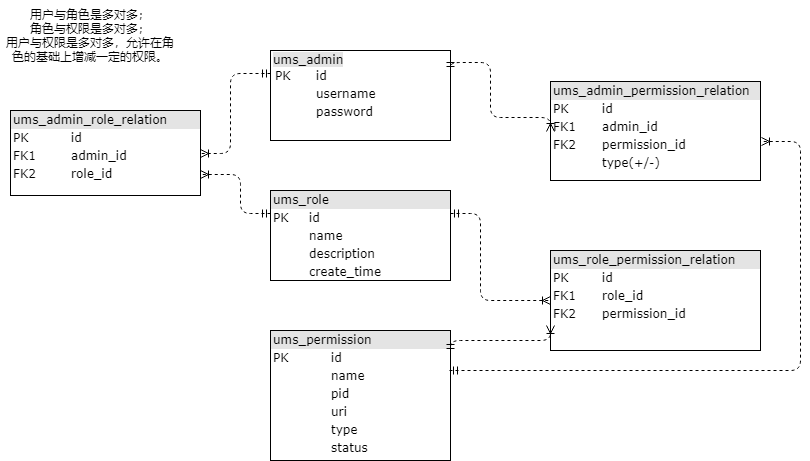
Above: user_role_permission.png in yyl4ever/daily-dev-graph (draw.io), before the change. Source tidied: cells renumbered, new cells last; positions are measured from the earlier drawing's top-left corner, leaving out a move shared by most shapes. Source of this version:
```xml
<mxGraphModel>
  <root>
    <mxCell id="0" />
    <mxCell id="1" parent="0" />
    <mxCell id="2" value="&lt;div style=&quot;box-sizing: border-box ; width: 100% ; padding: 2px&quot;&gt;&lt;span style=&quot;background-color: rgb(228 , 228 , 228)&quot;&gt;ums_admin&lt;/span&gt;&lt;table cellpadding=&quot;2&quot; cellspacing=&quot;0&quot; style=&quot;font-size: 1em ; width: 100%&quot;&gt;&lt;tbody&gt;&lt;tr&gt;&lt;td&gt;&lt;span style=&quot;background-color: rgb(255 , 255 , 255)&quot;&gt;PK&lt;/span&gt;&lt;/td&gt;&lt;td&gt;&lt;span style=&quot;background-color: rgb(255 , 255 , 255)&quot;&gt;id&lt;/span&gt;&lt;/td&gt;&lt;/tr&gt;&lt;tr&gt;&lt;td&gt;&lt;span style=&quot;background-color: rgb(255 , 255 , 255)&quot;&gt;&lt;br&gt;&lt;/span&gt;&lt;/td&gt;&lt;td&gt;&lt;span style=&quot;background-color: rgb(255 , 255 , 255)&quot;&gt;username&lt;/span&gt;&lt;/td&gt;&lt;/tr&gt;&lt;tr&gt;&lt;td&gt;&lt;/td&gt;&lt;td&gt;&lt;span style=&quot;background-color: rgb(255 , 255 , 255)&quot;&gt;password&lt;/span&gt;&lt;/td&gt;&lt;/tr&gt;&lt;/tbody&gt;&lt;/table&gt;&lt;/div&gt;" style="verticalAlign=top;align=left;overflow=fill;html=1;rounded=0;shadow=0;comic=0;labelBackgroundColor=none;strokeColor=#000000;strokeWidth=1;fillColor=#ffffff;fontFamily=Verdana;fontSize=12;fontColor=#000000;" parent="1" vertex="1">
      <mxGeometry x="270" y="50" width="180" height="90" as="geometry" />
    </mxCell>
    <mxCell id="3" value="&lt;div style=&quot;box-sizing: border-box ; width: 100% ; background: #e4e4e4 ; padding: 2px&quot;&gt;ums_role&lt;/div&gt;&lt;table style=&quot;width: 100% ; font-size: 1em&quot; cellpadding=&quot;2&quot; cellspacing=&quot;0&quot;&gt;&lt;tbody&gt;&lt;tr&gt;&lt;td&gt;PK&lt;/td&gt;&lt;td&gt;id&lt;/td&gt;&lt;/tr&gt;&lt;tr&gt;&lt;td&gt;&lt;br&gt;&lt;/td&gt;&lt;td&gt;name&lt;/td&gt;&lt;/tr&gt;&lt;tr&gt;&lt;td&gt;&lt;/td&gt;&lt;td&gt;description&lt;/td&gt;&lt;/tr&gt;&lt;tr&gt;&lt;td&gt;&lt;br&gt;&lt;/td&gt;&lt;td&gt;create_time&lt;br&gt;&lt;/td&gt;&lt;/tr&gt;&lt;/tbody&gt;&lt;/table&gt;" style="verticalAlign=top;align=left;overflow=fill;html=1;rounded=0;shadow=0;comic=0;labelBackgroundColor=none;strokeColor=#000000;strokeWidth=1;fillColor=#ffffff;fontFamily=Verdana;fontSize=12;fontColor=#000000;" parent="1" vertex="1">
      <mxGeometry x="270" y="190" width="180" height="90" as="geometry" />
    </mxCell>
    <mxCell id="4" value="&lt;div style=&quot;box-sizing: border-box ; width: 100% ; background: #e4e4e4 ; padding: 2px&quot;&gt;ums_permission&lt;/div&gt;&lt;table style=&quot;width: 100% ; font-size: 1em&quot; cellpadding=&quot;2&quot; cellspacing=&quot;0&quot;&gt;&lt;tbody&gt;&lt;tr&gt;&lt;td&gt;PK&lt;/td&gt;&lt;td&gt;id&lt;/td&gt;&lt;/tr&gt;&lt;tr&gt;&lt;td&gt;&lt;br&gt;&lt;/td&gt;&lt;td&gt;name&lt;/td&gt;&lt;/tr&gt;&lt;tr&gt;&lt;td&gt;&lt;/td&gt;&lt;td&gt;pid&lt;/td&gt;&lt;/tr&gt;&lt;tr&gt;&lt;td&gt;&lt;br&gt;&lt;/td&gt;&lt;td&gt;uri&lt;br&gt;&lt;/td&gt;&lt;/tr&gt;&lt;tr&gt;&lt;td&gt;&lt;br&gt;&lt;/td&gt;&lt;td&gt;type&lt;br&gt;&lt;/td&gt;&lt;/tr&gt;&lt;tr&gt;&lt;td&gt;&lt;br&gt;&lt;/td&gt;&lt;td&gt;status&lt;br&gt;&lt;/td&gt;&lt;/tr&gt;&lt;/tbody&gt;&lt;/table&gt;" style="verticalAlign=top;align=left;overflow=fill;html=1;rounded=0;shadow=0;comic=0;labelBackgroundColor=none;strokeColor=#000000;strokeWidth=1;fillColor=#ffffff;fontFamily=Verdana;fontSize=12;fontColor=#000000;" parent="1" vertex="1">
      <mxGeometry x="270" y="330" width="180" height="130" as="geometry" />
    </mxCell>
    <mxCell id="5" value="&lt;div style=&quot;box-sizing: border-box ; width: 100% ; background: #e4e4e4 ; padding: 2px&quot;&gt;ums_admin_role_relation&lt;/div&gt;&lt;table style=&quot;width: 100% ; font-size: 1em&quot; cellpadding=&quot;2&quot; cellspacing=&quot;0&quot;&gt;&lt;tbody&gt;&lt;tr&gt;&lt;td&gt;PK&lt;/td&gt;&lt;td&gt;id&lt;/td&gt;&lt;/tr&gt;&lt;tr&gt;&lt;td&gt;FK1&lt;/td&gt;&lt;td&gt;admin_id&lt;/td&gt;&lt;/tr&gt;&lt;tr&gt;&lt;td&gt;FK2&lt;/td&gt;&lt;td&gt;role_id&lt;/td&gt;&lt;/tr&gt;&lt;/tbody&gt;&lt;/table&gt;" style="verticalAlign=top;align=left;overflow=fill;html=1;rounded=0;shadow=0;comic=0;labelBackgroundColor=none;strokeColor=#000000;strokeWidth=1;fillColor=#ffffff;fontFamily=Verdana;fontSize=12;fontColor=#000000;" parent="1" vertex="1">
      <mxGeometry x="10" y="110" width="190" height="85" as="geometry" />
    </mxCell>
    <mxCell id="6" value="&lt;div style=&quot;box-sizing: border-box ; width: 100% ; background: #e4e4e4 ; padding: 2px&quot;&gt;ums_role_permission_relation&lt;/div&gt;&lt;table style=&quot;width: 100% ; font-size: 1em&quot; cellpadding=&quot;2&quot; cellspacing=&quot;0&quot;&gt;&lt;tbody&gt;&lt;tr&gt;&lt;td&gt;PK&lt;/td&gt;&lt;td&gt;id&lt;/td&gt;&lt;/tr&gt;&lt;tr&gt;&lt;td&gt;FK1&lt;/td&gt;&lt;td&gt;role_id&lt;/td&gt;&lt;/tr&gt;&lt;tr&gt;&lt;td&gt;FK2&lt;/td&gt;&lt;td&gt;permission_id&lt;/td&gt;&lt;/tr&gt;&lt;/tbody&gt;&lt;/table&gt;" style="verticalAlign=top;align=left;overflow=fill;html=1;rounded=0;shadow=0;comic=0;labelBackgroundColor=none;strokeColor=#000000;strokeWidth=1;fillColor=#ffffff;fontFamily=Verdana;fontSize=12;fontColor=#000000;" parent="1" vertex="1">
      <mxGeometry x="550" y="250" width="210" height="100" as="geometry" />
    </mxCell>
    <mxCell id="7" value="&lt;div style=&quot;box-sizing: border-box ; width: 100% ; background: #e4e4e4 ; padding: 2px&quot;&gt;ums_admin_permission_relation&lt;/div&gt;&lt;table style=&quot;width: 100% ; font-size: 1em&quot; cellpadding=&quot;2&quot; cellspacing=&quot;0&quot;&gt;&lt;tbody&gt;&lt;tr&gt;&lt;td&gt;PK&lt;/td&gt;&lt;td&gt;id&lt;/td&gt;&lt;/tr&gt;&lt;tr&gt;&lt;td&gt;FK1&lt;/td&gt;&lt;td&gt;admin_id&lt;/td&gt;&lt;/tr&gt;&lt;tr&gt;&lt;td&gt;FK2&lt;/td&gt;&lt;td&gt;permission_id&lt;/td&gt;&lt;/tr&gt;&lt;tr&gt;&lt;td&gt;&lt;br&gt;&lt;/td&gt;&lt;td&gt;type(+/-)&lt;br&gt;&lt;/td&gt;&lt;/tr&gt;&lt;tr&gt;&lt;td&gt;&lt;br&gt;&lt;/td&gt;&lt;td&gt;&lt;br&gt;&lt;/td&gt;&lt;/tr&gt;&lt;tr&gt;&lt;td&gt;&lt;br&gt;&lt;/td&gt;&lt;td&gt;&lt;br&gt;&lt;/td&gt;&lt;/tr&gt;&lt;/tbody&gt;&lt;/table&gt;" style="verticalAlign=top;align=left;overflow=fill;html=1;rounded=0;shadow=0;comic=0;labelBackgroundColor=none;strokeColor=#000000;strokeWidth=1;fillColor=#ffffff;fontFamily=Verdana;fontSize=12;fontColor=#000000;" parent="1" vertex="1">
      <mxGeometry x="550" y="81" width="210" height="99" as="geometry" />
    </mxCell>
    <mxCell id="8" style="edgeStyle=orthogonalEdgeStyle;html=1;dashed=1;labelBackgroundColor=none;startArrow=ERmandOne;endArrow=ERoneToMany;fontFamily=Verdana;fontSize=12;align=left;entryX=1;entryY=0.5;exitX=0;exitY=0.25;exitDx=0;exitDy=0;entryDx=0;entryDy=0;" parent="1" edge="1" source="2" target="5">
      <mxGeometry relative="1" as="geometry">
        <Array as="points">
          <mxPoint x="230" y="73" />
          <mxPoint x="230" y="153" />
        </Array>
      </mxGeometry>
    </mxCell>
    <mxCell id="9" style="edgeStyle=orthogonalEdgeStyle;html=1;dashed=1;labelBackgroundColor=none;startArrow=ERmandOne;endArrow=ERoneToMany;fontFamily=Verdana;fontSize=12;align=left;entryX=1;entryY=0.75;entryDx=0;entryDy=0;exitX=0;exitY=0.25;exitDx=0;exitDy=0;" parent="1" edge="1" source="3" target="5">
      <mxGeometry relative="1" as="geometry">
        <Array as="points">
          <mxPoint x="240" y="213" />
          <mxPoint x="240" y="174" />
        </Array>
      </mxGeometry>
    </mxCell>
    <mxCell id="10" style="edgeStyle=orthogonalEdgeStyle;html=1;dashed=1;labelBackgroundColor=none;startArrow=ERmandOne;endArrow=ERoneToMany;fontFamily=Verdana;fontSize=12;align=left;exitX=1;exitY=0.25;exitDx=0;exitDy=0;entryX=0;entryY=0.5;entryDx=0;entryDy=0;" parent="1" edge="1" source="3" target="6">
      <mxGeometry relative="1" as="geometry">
        <Array as="points">
          <mxPoint x="480" y="213" />
          <mxPoint x="480" y="300" />
        </Array>
      </mxGeometry>
    </mxCell>
    <mxCell id="11" style="edgeStyle=orthogonalEdgeStyle;html=1;dashed=1;labelBackgroundColor=none;startArrow=ERmandOne;endArrow=ERoneToMany;fontFamily=Verdana;fontSize=12;align=left;exitX=1;exitY=0.25;exitDx=0;exitDy=0;entryX=0;entryY=0.75;entryDx=0;entryDy=0;" parent="1" edge="1" target="6">
      <mxGeometry relative="1" as="geometry">
        <mxPoint x="450" y="351.5" as="sourcePoint" />
        <Array as="points">
          <mxPoint x="450" y="340" />
          <mxPoint x="550" y="340" />
        </Array>
      </mxGeometry>
    </mxCell>
    <mxCell id="12" style="edgeStyle=orthogonalEdgeStyle;html=1;dashed=1;labelBackgroundColor=none;startArrow=ERmandOne;endArrow=ERoneToMany;fontFamily=Verdana;fontSize=12;align=left;exitX=1;exitY=0.222;exitDx=0;exitDy=0;entryX=0;entryY=0.5;entryDx=0;entryDy=0;exitPerimeter=0;" parent="1" edge="1" source="2" target="7">
      <mxGeometry relative="1" as="geometry">
        <Array as="points">
          <mxPoint x="450" y="62" />
          <mxPoint x="490" y="62" />
          <mxPoint x="490" y="117" />
          <mxPoint x="550" y="117" />
        </Array>
      </mxGeometry>
    </mxCell>
    <mxCell id="13" style="edgeStyle=orthogonalEdgeStyle;html=1;dashed=1;labelBackgroundColor=none;startArrow=ERmandOne;endArrow=ERoneToMany;fontFamily=Verdana;fontSize=12;align=left;exitX=0.994;exitY=0.308;exitDx=0;exitDy=0;entryX=1.005;entryY=0.606;entryDx=0;entryDy=0;exitPerimeter=0;entryPerimeter=0;" parent="1" edge="1" source="4" target="7">
      <mxGeometry relative="1" as="geometry">
        <Array as="points">
          <mxPoint x="800" y="370" />
          <mxPoint x="800" y="141" />
        </Array>
      </mxGeometry>
    </mxCell>
    <mxCell id="14" value="用户与角色是多对多；&lt;br&gt;角色与权限是多对多；&lt;br&gt;用户与权限是多对多，允许在角色的基础上增减一定的权限。" style="text;html=1;strokeColor=none;fillColor=none;align=center;verticalAlign=middle;whiteSpace=wrap;rounded=0;" parent="1" vertex="1">
      <mxGeometry width="180" height="70" as="geometry" />
    </mxCell>
  </root>
</mxGraphModel>
```
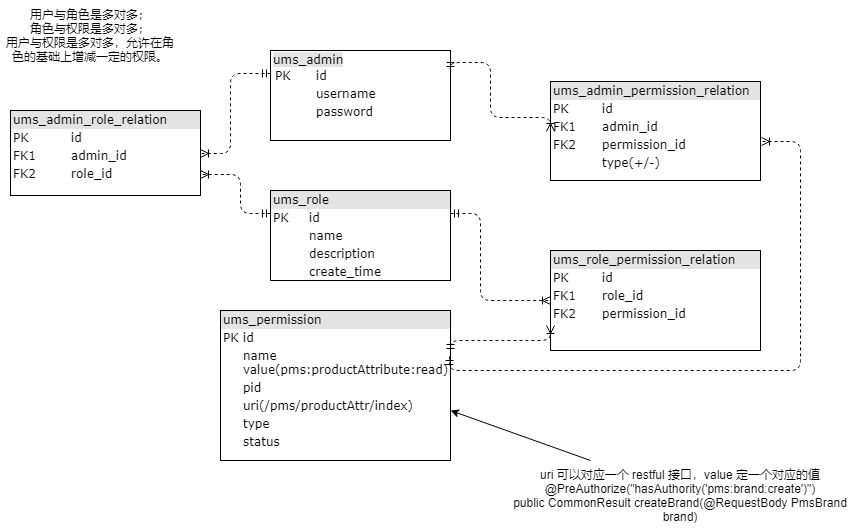
After the change.

What changed in the source:
```diff
@@ -8,8 +8,8 @@
     <mxCell id="3" value="&lt;div style=&quot;box-sizing: border-box ; width: 100% ; background: #e4e4e4 ; padding: 2px&quot;&gt;ums_role&lt;/div&gt;&lt;table style=&quot;width: 100% ; font-size: 1em&quot; cellpadding=&quot;2&quot; cellspacing=&quot;0&quot;&gt;&lt;tbody&gt;&lt;tr&gt;&lt;td&gt;PK&lt;/td&gt;&lt;td&gt;id&lt;/td&gt;&lt;/tr&gt;&lt;tr&gt;&lt;td&gt;&lt;br&gt;&lt;/td&gt;&lt;td&gt;name&lt;/td&gt;&lt;/tr&gt;&lt;tr&gt;&lt;td&gt;&lt;/td&gt;&lt;td&gt;description&lt;/td&gt;&lt;/tr&gt;&lt;tr&gt;&lt;td&gt;&lt;br&gt;&lt;/td&gt;&lt;td&gt;create_time&lt;br&gt;&lt;/td&gt;&lt;/tr&gt;&lt;/tbody&gt;&lt;/table&gt;" style="verticalAlign=top;align=left;overflow=fill;html=1;rounded=0;shadow=0;comic=0;labelBackgroundColor=none;strokeColor=#000000;strokeWidth=1;fillColor=#ffffff;fontFamily=Verdana;fontSize=12;fontColor=#000000;" parent="1" vertex="1">
       <mxGeometry x="270" y="190" width="180" height="90" as="geometry" />
     </mxCell>
-    <mxCell id="4" value="&lt;div style=&quot;box-sizing: border-box ; width: 100% ; background: #e4e4e4 ; padding: 2px&quot;&gt;ums_permission&lt;/div&gt;&lt;table style=&quot;width: 100% ; font-size: 1em&quot; cellpadding=&quot;2&quot; cellspacing=&quot;0&quot;&gt;&lt;tbody&gt;&lt;tr&gt;&lt;td&gt;PK&lt;/td&gt;&lt;td&gt;id&lt;/td&gt;&lt;/tr&gt;&lt;tr&gt;&lt;td&gt;&lt;br&gt;&lt;/td&gt;&lt;td&gt;name&lt;/td&gt;&lt;/tr&gt;&lt;tr&gt;&lt;td&gt;&lt;/td&gt;&lt;td&gt;pid&lt;/td&gt;&lt;/tr&gt;&lt;tr&gt;&lt;td&gt;&lt;br&gt;&lt;/td&gt;&lt;td&gt;uri&lt;br&gt;&lt;/td&gt;&lt;/tr&gt;&lt;tr&gt;&lt;td&gt;&lt;br&gt;&lt;/td&gt;&lt;td&gt;type&lt;br&gt;&lt;/td&gt;&lt;/tr&gt;&lt;tr&gt;&lt;td&gt;&lt;br&gt;&lt;/td&gt;&lt;td&gt;status&lt;br&gt;&lt;/td&gt;&lt;/tr&gt;&lt;/tbody&gt;&lt;/table&gt;" style="verticalAlign=top;align=left;overflow=fill;html=1;rounded=0;shadow=0;comic=0;labelBackgroundColor=none;strokeColor=#000000;strokeWidth=1;fillColor=#ffffff;fontFamily=Verdana;fontSize=12;fontColor=#000000;" parent="1" vertex="1">
-      <mxGeometry x="270" y="330" width="180" height="130" as="geometry" />
+    <mxCell id="4" value="&lt;div style=&quot;box-sizing: border-box ; width: 100% ; background: #e4e4e4 ; padding: 2px&quot;&gt;ums_permission&lt;/div&gt;&lt;table style=&quot;width: 100% ; font-size: 1em&quot; cellpadding=&quot;2&quot; cellspacing=&quot;0&quot;&gt;&lt;tbody&gt;&lt;tr&gt;&lt;td&gt;PK&lt;/td&gt;&lt;td&gt;id&lt;/td&gt;&lt;/tr&gt;&lt;tr&gt;&lt;td&gt;&lt;br&gt;&lt;/td&gt;&lt;td&gt;name&lt;br&gt;value(pms:productAttribute:read)&lt;/td&gt;&lt;/tr&gt;&lt;tr&gt;&lt;td&gt;&lt;/td&gt;&lt;td&gt;pid&lt;/td&gt;&lt;/tr&gt;&lt;tr&gt;&lt;td&gt;&lt;br&gt;&lt;/td&gt;&lt;td&gt;uri(/pms/productAttr/index)&lt;br&gt;&lt;/td&gt;&lt;/tr&gt;&lt;tr&gt;&lt;td&gt;&lt;br&gt;&lt;/td&gt;&lt;td&gt;type&lt;br&gt;&lt;/td&gt;&lt;/tr&gt;&lt;tr&gt;&lt;td&gt;&lt;br&gt;&lt;/td&gt;&lt;td&gt;status&lt;br&gt;&lt;/td&gt;&lt;/tr&gt;&lt;/tbody&gt;&lt;/table&gt;" style="verticalAlign=top;align=left;overflow=fill;html=1;rounded=0;shadow=0;comic=0;labelBackgroundColor=none;strokeColor=#000000;strokeWidth=1;fillColor=#ffffff;fontFamily=Verdana;fontSize=12;fontColor=#000000;" parent="1" vertex="1">
+      <mxGeometry x="220" y="310" width="230" height="150" as="geometry" />
     </mxCell>
     <mxCell id="5" value="&lt;div style=&quot;box-sizing: border-box ; width: 100% ; background: #e4e4e4 ; padding: 2px&quot;&gt;ums_admin_role_relation&lt;/div&gt;&lt;table style=&quot;width: 100% ; font-size: 1em&quot; cellpadding=&quot;2&quot; cellspacing=&quot;0&quot;&gt;&lt;tbody&gt;&lt;tr&gt;&lt;td&gt;PK&lt;/td&gt;&lt;td&gt;id&lt;/td&gt;&lt;/tr&gt;&lt;tr&gt;&lt;td&gt;FK1&lt;/td&gt;&lt;td&gt;admin_id&lt;/td&gt;&lt;/tr&gt;&lt;tr&gt;&lt;td&gt;FK2&lt;/td&gt;&lt;td&gt;role_id&lt;/td&gt;&lt;/tr&gt;&lt;/tbody&gt;&lt;/table&gt;" style="verticalAlign=top;align=left;overflow=fill;html=1;rounded=0;shadow=0;comic=0;labelBackgroundColor=none;strokeColor=#000000;strokeWidth=1;fillColor=#ffffff;fontFamily=Verdana;fontSize=12;fontColor=#000000;" parent="1" vertex="1">
       <mxGeometry x="10" y="110" width="190" height="85" as="geometry" />
@@ -74,5 +74,11 @@
     <mxCell id="14" value="用户与角色是多对多；&lt;br&gt;角色与权限是多对多；&lt;br&gt;用户与权限是多对多，允许在角色的基础上增减一定的权限。" style="text;html=1;strokeColor=none;fillColor=none;align=center;verticalAlign=middle;whiteSpace=wrap;rounded=0;" parent="1" vertex="1">
       <mxGeometry width="180" height="70" as="geometry" />
     </mxCell>
+    <mxCell id="15" value="uri 可以对应一个 restful 接口，value 定一个对应的值&lt;br&gt;&lt;div&gt;@PreAuthorize(&quot;hasAuthority('pms:brand:create')&quot;)&lt;/div&gt;&lt;div&gt;public CommonResult createBrand(@RequestBody PmsBrand brand)&lt;/div&gt;" style="text;html=1;strokeColor=none;fillColor=none;align=center;verticalAlign=middle;whiteSpace=wrap;rounded=0;" parent="1" vertex="1">
+      <mxGeometry x="500" y="460" width="360" height="70" as="geometry" />
+    </mxCell>
+    <mxCell id="16" style="endArrow=classic;html=1;exitX=0.25;exitY=0;exitDx=0;exitDy=0;entryX=1;entryY=0.667;entryDx=0;entryDy=0;entryPerimeter=0;" parent="1" edge="1" source="15" target="4">
+      <mxGeometry relative="1" as="geometry" />
+    </mxCell>
   </root>
 </mxGraphModel>
```
